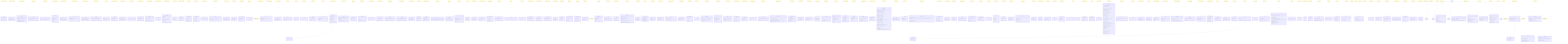
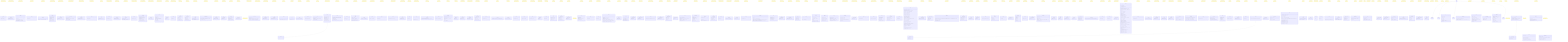
classDiagram
    class AppliedPresetTag {
        <<interface>>
        +name: string
        +orbitButton: ButtonToken
        +panButton: ButtonToken
    }
    note for AppliedPresetTag "src/render/cameraControls.ts"
    class ArchiveActions {
        <<interface>>
        +readonly canResume: boolean
        +readonly canReview: boolean
    }
    note for ArchiveActions "src/ui/widgets/archiveModel.ts"
    class ArchiveDeps {
        <<interface>>
        +readonly doc: Document
        +listArchive(): Promise~readonly ArchiveListing[]~
        +popScope(): void
        +pushScope(scope: ArchiveScope): void
        +registerOpenArchive(open: () =~ void): void
        +resumeArchived(id: string): Promise~void~
        +reviewArchived(id: string): Promise~void~
    }
    note for ArchiveDeps "src/ui/widgets/archive.ts"
    class ArchivedMeta {
        <<interface>>
        +readonly players: Readonly~Record~string, string~~
        +readonly result: string
        +readonly startedAt: number
    }
    note for ArchivedMeta "src/persist/archive.ts"
    class ArchiveInspect {
        <<interface>>
        +listArchive(): Promise~readonly ArchiveListing[]~
    }
    note for ArchiveInspect "src/debug/window.ts"
    class ArchiveItem {
        <<interface>>
        +readonly canResume: boolean
        +readonly canReview: boolean
        +readonly conflicted: boolean
        +readonly headHash: string
        +readonly id: string
        +readonly playersLabel: string
        +readonly result: string
        +readonly startedAt: number
    }
    note for ArchiveItem "src/ui/widgets/archiveModel.ts"
    class ArchiveListing {
        <<interface>>
        +readonly id: string
        +readonly meta: ArchiveListingMeta
    }
    note for ArchiveListing "src/ui/widgets/archiveModel.ts"
    class ArchiveListingMeta {
        <<interface>>
        +readonly headHash: string
        +readonly players: Readonly~Record~string, string~~
        +readonly result: string
        +readonly startedAt: number
    }
    note for ArchiveListingMeta "src/ui/widgets/archiveModel.ts"
    class ArchiveModel {
        <<interface>>
        +readonly isEmpty: boolean
        +readonly items: readonly ArchiveItem[]
    }
    note for ArchiveModel "src/ui/widgets/archiveModel.ts"
    class ArchiveScope {
        <<interface>>
        +readonly bindings: Readonly~Record~string, string~~
        +readonly blocking: true
        +readonly id: string
    }
    note for ArchiveScope "src/ui/widgets/archive.ts"
    class Axis {
        <<interface>>
        +readonly category: LineCategory
        +readonly vec: Coord
    }
    note for Axis "src/core/axes.ts"
    class BannerButton {
        <<interface>>
        +readonly commandId: string
        +readonly enabled: boolean
        +readonly label: string
    }
    note for BannerButton "src/ui/widgets/bannerModel.ts"
    class BannerContext {
        <<interface>>
        +readonly history: BannerHistory
        +readonly offTurnBlocks: number
    }
    note for BannerContext "src/ui/widgets/banner.ts"
    class BannerDeps {
        <<interface>>
        +readonly doc: Document
        +dispatch(commandId: string): boolean
    }
    note for BannerDeps "src/ui/widgets/banner.ts"
    class BannerHistory {
        <<interface>>
        +readonly canRedo: boolean
        +readonly canReset: boolean
        +readonly canUndo: boolean
    }
    note for BannerHistory "src/ui/widgets/bannerModel.ts"
    class BannerModel {
        <<interface>>
        +readonly blackCaptures: number
+         +readonly blackCapturesLabel: string
        +readonly buttons: readonly BannerButton[]
+         +readonly capturesSeparator: string
        +readonly player: Player
        +readonly status: 'turn' | 'winner'
        +readonly whiteCaptures: number
+         +readonly whiteCapturesLabel: string
    }
    note for BannerModel "src/ui/widgets/bannerModel.ts"
    class BoardConfig {
        <<interface>>
        +readonly size: number
    }
    note for BoardConfig "src/ui/widgets/settingsModel.ts"
    class CameraPresetReadout {
        <<interface>>
        +maxDistance: number
        +minDistance: number
        +mouseButtons: Object
        +name: string
        +orbitButton: 'LEFT' | 'MIDDLE' | 'RIGHT'
        +panButton: 'LEFT' | 'MIDDLE' | 'RIGHT'
        +panSpeed: number
        +rotateSpeed: number
        +zoomSpeed: number
        +zoomToCursor: boolean
    }
    note for CameraPresetReadout "src/render/cameraControls.ts"
    class CameraReadout {
        <<interface>>
        +position: Object
        +target: Object
    }
    note for CameraReadout "src/render/scene.ts"
    class ColorFieldModel {
        <<interface>>
        +readonly key: string
        +readonly label: string
        +readonly value: string
    }
    note for ColorFieldModel "src/ui/widgets/settingsModel.ts"
    class ColorsPreview {
        <<interface>>
        +background: string
        +lineFaceDiagonal: string
        +lineOpacity: number
        +lineOrthogonal: string
        +lineSpaceDiagonal: string
    }
    note for ColorsPreview "src/render/scene.ts"
    class ColorsReadout {
        <<interface>>
        +background: string
        +lineFaceDiagonal: string
        +lineOpacity: number
        +lineOrthogonal: string
        +lineSpaceDiagonal: string
    }
    note for ColorsReadout "src/render/scene.ts"
    class Command {
        <<interface>>
        +readonly id: CommandId
        +run(ctx: CommandContext): void
    }
    note for Command "src/input/commands.ts"
    class CommandRegistry {
        <<interface>>
        +dispatch(id: CommandId, ctx: CommandContext): boolean
        +get(id: CommandId): Command | undefined
        +has(id: CommandId): boolean
        +ids(): CommandId[]
    }
    note for CommandRegistry "src/input/commands.ts"
    class ConfirmResult {
        <<interface>>
        +readonly commit: Coord | null
        +readonly next: TempPlacement
    }
    note for ConfirmResult "src/input/placement.ts"
    class ConflictedGame {
        <<interface>>
        +readonly mine: Game
        +readonly theirs: Game
    }
    note for ConflictedGame "src/persist/archive.ts"
    class ConflictedRecord {
        <<interface>>
        +readonly forks: Object
        +readonly size: number
    }
    note for ConflictedRecord "src/persist/archive.ts"
    class ConflictInput {
        <<interface>>
        +readonly meta: ArchivedMeta
        +readonly mineLog: EventLog
        +readonly size: number
        +readonly theirsLog: EventLog
    }
    note for ConflictInput "src/persist/archive.ts"
    class ConnectOptions {
        <<interface>>
        +readonly password: string
    }
    note for ConnectOptions "src/net/transport.ts"
    class ControlPreset {
        <<interface>>
        +readonly invertY: boolean
        +readonly maxDistance: number
        +readonly minDistance: number
        +readonly orbit: Gesture
        +readonly orbitSpeed: number
        +readonly pan: Gesture
        +readonly panSpeed: number
        +readonly zoom: Gesture
        +readonly zoomSpeed: number
        +readonly zoomToCursor: boolean
    }
    note for ControlPreset "src/render/cameraPresets.ts"
    class ControlsConfig {
        <<interface>>
        +readonly preset: string
        +readonly presets: Readonly~Record~string, ControlPreset~~
    }
    note for ControlsConfig "src/render/cameraPresets.ts"
    class ControlsConfig {
        <<interface>>
        +readonly preset: string
        +readonly presets: Readonly~Record~string, unknown~~
    }
    note for ControlsConfig "src/ui/widgets/settingsModel.ts"
    class DragGuardConfig {
        <<interface>>
        +readonly enabled: boolean
        +readonly thresholdPx: number
    }
    note for DragGuardConfig "src/input/pointerGesture.ts"
+     class EditableProbe {
+         <<interface>>
+         +readonly isContentEditable: boolean
+         +readonly tagName: string
+     }
+     note for EditableProbe "src/input/keybindings.ts"
    class Emitter {
        <<interface>>
        +emit(payload: T): void
        +subscribe(fn: (payload: T) =~ void): () =~ void
    }
    note for Emitter "src/util/emitter.ts"
    class Entry {
        <<interface>>
        +fn: (payload: T) =~ void
    }
    note for Entry "src/util/emitter.ts"
    class EventLog {
        <<interface>>
        +readonly entries: readonly LogEntry[]
    }
    note for EventLog "src/core/eventLog.ts"
    class GameExport {
        <<interface>>
        +readonly log: readonly Event[]
        +readonly settings: GameSettings
        +readonly size: number
    }
    note for GameExport "src/core/serialize.ts"
    class GameMeta {
        <<interface>>
        +readonly headHash: string
        +readonly players: Readonly~Record~string, string~~
        +readonly result: string
        +readonly startedAt: number
    }
    note for GameMeta "src/persist/db.ts"
    class GameRecord {
        <<interface>>
        +readonly id: string
        +readonly log: readonly Readonly~Record~string, unknown~~[]
        +readonly meta: GameMeta
    }
    note for GameRecord "src/persist/db.ts"
    class GameState {
        <<interface>>
        +readonly captures: Readonly~Record~Player, number~~
        +readonly pieces: Readonly~Record~NodeKey, Player~~
        +readonly size: number
        +readonly turn: Player
        +readonly winner: Player | null
        +readonly winningLine: readonly NodeKey[]
    }
    note for GameState "src/core/gameState.ts"
    class GenerateLineResult {
        <<interface>>
        +readonly line: Line
        +readonly ok: boolean
        +readonly warning: string
    }
    note for GenerateLineResult "src/core/lines.ts"
    class HelpDeps {
        <<interface>>
        +readonly doc: Document
        +getHelpSources(): HelpSources
        +popScope(): void
        +pushScope(scope: HelpScope): void
        +registerOpenHelp(open: () =~ void): void
    }
    note for HelpDeps "src/ui/widgets/help.ts"
    class HelpModel {
        <<interface>>
        +readonly rows: readonly HelpRow[]
    }
    note for HelpModel "src/ui/widgets/helpModel.ts"
    class HelpRow {
        <<interface>>
        +readonly commandId: string
        +readonly keys: readonly string[]
        +readonly label: string
    }
    note for HelpRow "src/ui/widgets/helpModel.ts"
    class HelpScope {
        <<interface>>
        +readonly bindings: Readonly~Record~string, string~~
        +readonly blocking: true
        +readonly id: string
    }
    note for HelpScope "src/ui/widgets/help.ts"
    class HelpSources {
        <<interface>>
        +readonly bindings: Readonly~Record~string, string~~
        +readonly commandIds: readonly string[]
        +readonly labels: Readonly~Record~string, string~~
    }
    note for HelpSources "src/ui/widgets/helpModel.ts"
    class HistoryFacts {
        <<interface>>
        +readonly maxPly: number
        +readonly viewedPly: number
    }
    note for HistoryFacts "src/ui/widgets/sliderModel.ts"
    class HistoryReadout {
        <<interface>>
        +maxPly: number
        +scrubbing: boolean
        +viewedPly: number
    }
    note for HistoryReadout "src/render/scene.ts"
    class HistorySliderDeps {
        <<interface>>
        +readonly doc: Document
        +getHistory(): HistoryFacts
        +scrubTo(k: number): void
    }
    note for HistorySliderDeps "src/ui/widgets/historySlider.ts"
    class HoverLookup {
        <<interface>>
        +readonly byId: ReadonlyMap~LineId, LineRef~
        +readonly linesThrough: ReadonlyMap~NodeKey, readonly LineRef[]~
    }
    note for HoverLookup "src/render/hover.ts"
    class HoverTarget {
        <<interface>>
        +readonly lines: readonly LineId[]
        +readonly nodes: readonly NodeKey[]
        +readonly pieces: readonly NodeKey[]
    }
    note for HoverTarget "src/render/hover.ts"
    class InputHandle {
        <<interface>>
        +readonly registry: CommandRegistry
        +dispatch(id: string): boolean
        +dispose(): void
        +handleChord(chord: string): KeyResolution
        +pop(): void
        +push(scope: Scope): void
        +readout(): InputReadout
        +stack(): ScopeStack
    }
    note for InputHandle "src/input/setup.ts"
    class InputReadout {
        <<interface>>
        +commands: string[]
        +scopes: string[]
    }
    note for InputReadout "src/input/setup.ts"
    class InstanceRange {
        <<interface>>
        +readonly count: number
        +readonly start: number
    }
    note for InstanceRange "src/render/linesLayout.ts"
    class KeybindingRow {
        <<interface>>
        +readonly commandId: string
        +readonly key: string
    }
    note for KeybindingRow "src/ui/widgets/settingsModel.ts"
    class KeyChordEvent {
        <<interface>>
        +readonly altKey: boolean
        +readonly ctrlKey: boolean
        +readonly key: string
        +readonly metaKey: boolean
        +readonly shiftKey: boolean
    }
    note for KeyChordEvent "src/input/keybindings.ts"
    class KeyResolution {
        <<interface>>
        +readonly commandId: CommandId | null
        +readonly handled: boolean
        +readonly scopeId: string | null
    }
    note for KeyResolution "src/input/scopes.ts"
    class LayoutConfig {
        <<interface>>
        +readonly widgets: Readonly~Record~string, WidgetPlacement~~
    }
    note for LayoutConfig "src/ui/layout.ts"
    class LayoutReadout {
        <<interface>>
        +zones: Record~string, string[]~
    }
    note for LayoutReadout "src/ui/container.ts"
    class LifecycleObservation {
        <<interface>>
        +readonly generation: number
        +readonly hasWinner: boolean
        +readonly ply: number
    }
    note for LifecycleObservation "src/persist/gameLifecycle.ts"
    class LifecycleState {
        <<interface>>
        +readonly finalized: boolean
        +readonly generation: number
        +readonly ply: number
    }
    note for LifecycleState "src/persist/gameLifecycle.ts"
    class LifecycleTransition {
        <<interface>>
        +readonly finalizeCurrent: boolean
        +readonly mintFresh: boolean
        +readonly next: LifecycleState
    }
    note for LifecycleTransition "src/persist/gameLifecycle.ts"
    class LightingConfig {
        <<interface>>
        +ambient: Object
        +directional: Object
    }
    note for LightingConfig "src/render/sceneConfig.ts"
    class LightingReadout {
        <<interface>>
        +ambient: Object
        +background: number
        +directional: Object
    }
    note for LightingReadout "src/render/scene.ts"
    class Line {
        <<interface>>
        +readonly axisIndex: number
        +readonly category: LineCategory
        +readonly entryNode: Coord
        +readonly id: LineId
        +readonly nodes: Coord[]
    }
    note for Line "src/core/lines.ts"
    class LineColorsConfig {
        <<interface>>
        +hoverHighlight: string
        +lineFaceDiagonal: string
        +lineOpacity: number
        +lineOrthogonal: string
        +lineSpaceDiagonal: string
    }
    note for LineColorsConfig "src/render/lines.ts"
    class LineGeometryConfig {
        <<interface>>
        +lineThickness: number
        +spacing: number
    }
    note for LineGeometryConfig "src/render/lines.ts"
    class LineGroup {
        <<interface>>
        +readonly lines: readonly Line[]
        +readonly rangeOf: ReadonlyMap~LineId, InstanceRange~
        +readonly segmentCount: number
        +readonly segments: readonly LineSegment[]
    }
    note for LineGroup "src/render/linesLayout.ts"
    class LineGroupReadout {
        <<interface>>
        +blending: BlendMode
        +category: LineCategory
        +highlightedSegmentCount: number
        +lineCount: number
        +segmentCount: number
        +visible: boolean
    }
    note for LineGroupReadout "src/render/lines.ts"
    class LineRef {
        <<interface>>
        +readonly category: LineCategory
        +readonly id: LineId
        +readonly nodeKeys: readonly NodeKey[]
    }
    note for LineRef "src/render/hover.ts"
    class LineSegment {
        <<interface>>
        +readonly a: Coord
        +readonly b: Coord
        +readonly lineId: LineId
    }
    note for LineSegment "src/render/linesLayout.ts"
    class LinesHandle {
        <<interface>>
        +readonly object: THREE.Group
        +dispose(): void
        +getVisibleLines(): LineGroupReadout[]
        +highlight(lineIds: readonly LineId[]): void
        +pickables(): Object[]
        +rangeOf(category: LineCategory, lineId: LineId): Object | null
        +setBaseColor(category: LineCategory, hex: string): string
        +setBlending(category: LineCategory, mode: BlendMode): BlendMode
        +setOpacity(opacity: number): number
        +setVisible(category: LineCategory, visible: boolean): void
    }
    note for LinesHandle "src/render/lines.ts"
    class LogEntry {
        <<interface>>
        +readonly event: Event
        +readonly hash: string
    }
    note for LogEntry "src/core/eventLog.ts"
    class Logger {
        <<interface>>
        +debug(args: unknown[]): void
        +error(args: unknown[]): void
        +info(args: unknown[]): void
        +trace(args: unknown[]): void
        +warn(args: unknown[]): void
    }
    note for Logger "src/debug/log.ts"
    class MarkerColorsConfig {
        <<interface>>
        +emptySphere: string
        +hoverHighlight: string
    }
    note for MarkerColorsConfig "src/render/markers.ts"
    class MarkerGeometryConfig {
        <<interface>>
        +markerRadius: number
        +sphereSegments: Object
    }
    note for MarkerGeometryConfig "src/render/markers.ts"
    class MarkerIndex {
        <<interface>>
        +readonly count: number
        +readonly instanceIdOf: ReadonlyMap~NodeKey, number~
        +readonly nodeOfInstance: readonly NodeKey[]
    }
    note for MarkerIndex "src/render/markersLayout.ts"
    class MarkerMaterialsConfig {
        <<interface>>
        +markerDepthWrite: boolean
        +markerOpacity: number
    }
    note for MarkerMaterialsConfig "src/render/markers.ts"
    class MarkerNodeReadout {
        <<interface>>
        +highlighted: boolean
        +instanceColorHex: string
        +instanceId: number
        +node: NodeKey
        +visible: boolean
    }
    note for MarkerNodeReadout "src/render/markers.ts"
    class MarkerRenderingConfig {
        <<interface>>
        +marker: Object
    }
    note for MarkerRenderingConfig "src/render/markers.ts"
    class MarkersHandle {
        <<interface>>
        +readonly object: THREE.Group
        +dispose(): void
        +getMarkers(query: readonly NodeKey[]): MarkersReadout
        +highlight(nodes: readonly NodeKey[]): void
        +setMaterial(params: Object): void
        +sync(state: GameState): void
    }
    note for MarkersHandle "src/render/markers.ts"
    class MarkersReadout {
        <<interface>>
        +count: number
        +highlightedCount: number
        +materialEmissiveIntensity: number
        +metalness: number
        +nodes: MarkerNodeReadout[]
        +opacity: number
        +roughness: number
        +visibleCount: number
    }
    note for MarkersReadout "src/render/markers.ts"
    class MenuDeps {
        <<interface>>
        +readonly doc: Document
        +readonly entries: readonly MenuEntrySpec[]
        +dispatch(commandId: string): boolean
        +popScope(): void
        +pushScope(scope: MenuScope): void
    }
    note for MenuDeps "src/ui/widgets/menu.ts"
    class MenuEntrySpec {
        <<interface>>
        +readonly commandId: string
        +readonly id: string
        +readonly label: string
        +readonly order: number
        +readonly visible: boolean
    }
    note for MenuEntrySpec "src/ui/widgets/menuModel.ts"
    class MenuItem {
        <<interface>>
        +readonly commandId: string
        +readonly id: string
        +readonly label: string
    }
    note for MenuItem "src/ui/widgets/menuModel.ts"
    class MenuModel {
        <<interface>>
        +readonly items: readonly MenuItem[]
    }
    note for MenuModel "src/ui/widgets/menuModel.ts"
+     class MenuOpenState {
+         <<interface>>
+         +readonly open: boolean
+     }
+     note for MenuOpenState "src/ui/widgets/menuModel.ts"
    class MenuScope {
        <<interface>>
        +readonly bindings: Readonly~Record~string, string~~
-         +readonly blocking: true
+         +readonly blocking: boolean
        +readonly id: string
    }
    note for MenuScope "src/ui/widgets/menu.ts"
    class MqttClientLike {
        <<interface>>
        +end(): this
        +on(event: 'connect', cb: () =~ void): this
        +on(event: 'error', cb: (err: Error) =~ void): this
        +on(event: 'message', cb: (topic: string, payload: Uint8Array, packet: Object) =~ void): this
        +on(event: string, cb: (...args: never[]) =~ void): this
        +publish(topic: string, payload: string, opts: MqttPublishOptions, cb: () =~ void): this
        +subscribe(topics: string[], cb: (err: Error | null) =~ void): this
    }
    note for MqttClientLike "src/net/mqttTransport.ts"
    class MqttConnectOptions {
        <<interface>>
        +readonly clientId: string
        +readonly connectTimeout: number
        +readonly password: string
        +readonly reconnectPeriod: number
        +readonly username: string
        +readonly will: MqttWill
    }
    note for MqttConnectOptions "src/net/mqttTransport.ts"
    class MqttPublishOptions {
        <<interface>>
        +readonly qos: 0 | 1 | 2
        +readonly retain: boolean
    }
    note for MqttPublishOptions "src/net/mqttTransport.ts"
    class MqttTransportDeps {
        <<interface>>
        +readonly connect: MqttConnectFn
        +readonly peerId: string
    }
    note for MqttTransportDeps "src/net/mqttTransport.ts"
    class MqttWill {
        <<interface>>
        +readonly payload: string
        +readonly qos: 0 | 1 | 2
        +readonly retain: boolean
        +readonly topic: string
    }
    note for MqttWill "src/net/mqttTransport.ts"
    class NetDeps {
        <<interface>>
        +readonly doc: Document
        +copyToClipboard(text: string): Promise~void~
-         +dispatch(commandId: string): boolean
        +getNet(): NetSessionState
-         +setPendingJoinCode(code: string): void
    }
    note for NetDeps "src/ui/widgets/net.ts"
    class NetHooks {
        <<interface>>
        +canPlace(): boolean
        +getNet(): NetSessionState
        +getNetGameState(): GameState | null
        +getNetHeadHash(): string | null
        +host(): void
        +join(): void
        +place(coords: Coord): GameState
        +resync(): void
        +setPendingJoinCode(code: string): void
    }
    note for NetHooks "src/render/scene.ts"
    class NetModel {
        <<interface>>
        +readonly code: string | null
        +readonly conflict: boolean
        +readonly conflictText: string | null
        +readonly joinErrorText: string | null
        +readonly panel: NetPanel
        +readonly seatText: string | null
        +readonly statusText: string
    }
    note for NetModel "src/ui/widgets/netModel.ts"
+     class NetPanelDeps {
+         <<interface>>
+         +readonly doc: Document
+         +dispatch(commandId: string): boolean
+         +popScope(): void
+         +pushScope(scope: NetPanelScope): void
+         +registerOpenNetwork(open: () =~ void): void
+         +setPendingJoinCode(code: string): void
+     }
+     note for NetPanelDeps "src/ui/widgets/netPanel.ts"
+     class NetPanelModel {
+         <<interface>>
+         +readonly canonicalCode: string | null
+         +readonly codeError: string | null
+         +readonly codeValid: boolean
+         +readonly effectiveCode: string
+         +readonly placeholder: string
+         +readonly recentRows: readonly NetPanelRecentRow[]
+         +readonly text: string
+     }
+     note for NetPanelModel "src/ui/widgets/netPanelModel.ts"
+     class NetPanelRecentRow {
+         <<interface>>
+         +readonly code: string
+     }
+     note for NetPanelRecentRow "src/ui/widgets/netPanelModel.ts"
+     class NetPanelScope {
+         <<interface>>
+         +readonly bindings: Readonly~Record~string, string~~
+         +readonly blocking: boolean
+         +readonly id: string
+     }
+     note for NetPanelScope "src/ui/widgets/netPanel.ts"
+     class NetPanelState {
+         <<interface>>
+         +readonly placeholder: string
+         +readonly recent: readonly string[]
+         +readonly text: string
+     }
+     note for NetPanelState "src/ui/widgets/netPanelModel.ts"
    class NetSessionDeps {
        <<interface>>
        +now: () =~ number
        +rand: () =~ number
        +readonly db: IDBDatabase
        +readonly playerId: string
        +readonly size: number
        +createTransport(): Transport
    }
    note for NetSessionDeps "src/net/session.ts"
    class NetSessionState {
        <<interface>>
        +readonly code: string | null
        +readonly joinError: JoinErrorReason | null
        +readonly peerPresent: boolean
        +readonly phase: NetPhase
        +readonly seat: NetSeat
    }
    note for NetSessionState "src/ui/widgets/netModel.ts"
    class OpacityFieldModel {
        <<interface>>
        +readonly key: string
        +readonly label: string
        +readonly value: number
    }
    note for OpacityFieldModel "src/ui/widgets/settingsModel.ts"
    class PenteInspect {
        <<interface>>
        +applyConfig(section: ConfigSection): void
        +clickAt(ndcX: number, ndcY: number): GameState | null
        +dispatch(id: string): boolean | null
        +getArchive(): Promise~readonly ArchiveListing[]~
        +getBannerContext(): BannerContext | null
        +getCamera(): CameraReadout | null
        +getCameraPreset(): CameraPresetReadout | null
        +getColors(): ColorsReadout | null
        +getHeadHash(): string | null
        +getHelpSources(): HelpSources | null
        +getHistory(): HistoryReadout | null
        +getHoverTarget(): HoverTarget | null
        +getInput(): InputReadout | null
        +getInteraction(): DragGuardConfig | null
        +getLayout(): LayoutReadout | null
        +getLighting(): LightingReadout | null
        +getMarkers(query: readonly string[]): MarkersReadout | null
        +getNet(): NetSessionState | null
        +getPieces(): PieceReadout[] | null
        +getState(): GameState | null
        +getTemp(): TempReadout | null
        +getTurnGate(): TurnGateReadout | null
        +getViewportSize(): ViewportReadout | null
        +getVisibleLines(): LineGroupReadout[] | null
        +getWinLine(): WinLineReadout | null
        +hoverAt(ndcX: number, ndcY: number): HoverTarget | null
        +pickAt(ndcX: number, ndcY: number): RaycastHit | null
        +place(coords: Coord): GameState | null
        +pressKey(chord: string): KeyResolution | null
        +radiusOf(node: Coord): number | null
        +rayNodeDistances(ndcX: number, ndcY: number): Object[]
        +resync(): void
        +scrubTo(k: number): void
        +setCamera(position: Object, target: Object): void
        +setConfig(section: ConfigSection, partial: Record~string, unknown~): void
+         +setPendingJoinCode(code: string): void
    }
    note for PenteInspect "src/debug/window.ts"
    class PickableLineMesh {
        <<interface>>
        +readonly category: LineCategory
        +readonly mesh: THREE.Object3D
    }
    note for PickableLineMesh "src/render/picking.ts"
    class PickGeometryConfig {
        <<interface>>
        +markerRadius: number
        +pickPadding: number
        +pieceRadius: number
        +spacing: number
    }
    note for PickGeometryConfig "src/render/picking.ts"
    class PickingHandle {
        <<interface>>
        +readonly object: THREE.Group
        +dispose(): void
        +pickAt(ndcX: number, ndcY: number, camera: THREE.Camera, state: GameState, lineMeshes: readonly PickableLineMesh[]): RaycastHit | null
        +radiusOf(node: Coord): number | null
        +sync(state: GameState): void
        +worldOf(node: Coord): Object
    }
    note for PickingHandle "src/render/picking.ts"
    class PickRadiusInput {
        <<interface>>
        +readonly markerRadius: number
        +readonly occupied: boolean
        +readonly padding: number
        +readonly pieceRadius: number
        +readonly spacing: number
    }
    note for PickRadiusInput "src/render/pickRadius.ts"
    class PieceAdd {
        <<interface>>
        +readonly node: NodeKey
        +readonly owner: Player
    }
    note for PieceAdd "src/render/piecesDiff.ts"
    class PieceColorsConfig {
        <<interface>>
        +blackPiece: string
        +whitePiece: string
    }
    note for PieceColorsConfig "src/render/pieces.ts"
    class PieceDiff {
        <<interface>>
        +readonly adds: readonly PieceAdd[]
        +readonly recolors: readonly PieceRecolor[]
        +readonly removes: readonly NodeKey[]
    }
    note for PieceDiff "src/render/piecesDiff.ts"
    class PieceEntry {
        <<interface>>
        +fadeDir: -1 | 0 | 1
        +material: THREE.MeshStandardMaterial
        +mesh: THREE.Mesh
        +owner: Player
        +targetOpacity: number
    }
    note for PieceEntry "src/render/pieces.ts"
    class PieceGeometryConfig {
        <<interface>>
        +pieceRadius: number
        +spacing: number
        +sphereSegments: Object
    }
    note for PieceGeometryConfig "src/render/pieces.ts"
    class PieceMaterialsConfig {
        <<interface>>
        +pieceOpacity: number
    }
    note for PieceMaterialsConfig "src/render/pieces.ts"
    class PieceReadout {
        <<interface>>
        +emissiveIntensity: number
        +fadingOut: boolean
        +metalness: number
        +node: NodeKey
        +opacity: number
        +owner: Player
        +position: Object
        +roughness: number
    }
    note for PieceReadout "src/render/pieces.ts"
    class PieceRecolor {
        <<interface>>
        +readonly from: Player
        +readonly node: NodeKey
        +readonly to: Player
    }
    note for PieceRecolor "src/render/piecesDiff.ts"
    class PieceRenderingConfig {
        <<interface>>
        +piece: Object
        +pieceFadeMs: number
    }
    note for PieceRenderingConfig "src/render/pieces.ts"
    class PiecesHandle {
        <<interface>>
        +readonly object: THREE.Group
        +count(): number
        +dispose(): void
        +getPieces(): PieceReadout[]
        +highlight(nodes: readonly NodeKey[], color: string, boost: number): void
        +setMaterial(params: Object): void
        +sync(state: GameState): void
        +tick(deltaMs: number): void
    }
    note for PiecesHandle "src/render/pieces.ts"
    class PlaceEvent {
        <<interface>>
        +readonly node: NodeKey
        +readonly type: 'place'
    }
    note for PlaceEvent "src/core/eventLog.ts"
    class PointerPos {
        <<interface>>
        +readonly x: number
        +readonly y: number
    }
    note for PointerPos "src/input/pointerGesture.ts"
    class PresenceSignal {
        <<interface>>
        +readonly kind: PresenceKind
        +readonly peerId: string
    }
    note for PresenceSignal "src/net/presence.ts"
    class RedoEvent {
        <<interface>>
        +readonly type: 'redo'
    }
    note for RedoEvent "src/core/eventLog.ts"
    class RelayConfig {
        <<interface>>
        +readonly password: string
        +readonly topicRoot: string
        +readonly username: string
        +readonly wssUrl: string
    }
    note for RelayConfig "src/config/config.ts"
    class ResolvedCameraPreset {
        <<interface>>
        +readonly name: string
    }
    note for ResolvedCameraPreset "src/render/cameraPresets.ts"
    class ResolvedLayout {
        <<interface>>
        +readonly zones: Readonly~Record~string, readonly ResolvedWidget[]~~
    }
    note for ResolvedLayout "src/ui/layout.ts"
    class ResolvedLineGroup {
        <<interface>>
        +readonly blending: BlendMode
        +readonly visible: boolean
    }
    note for ResolvedLineGroup "src/render/linesLayout.ts"
    class ResolvedSceneConfig {
        <<interface>>
        +ambient: Object
        +background: number
        +directional: Object
    }
    note for ResolvedSceneConfig "src/render/sceneConfig.ts"
    class ResolvedWidget {
        <<interface>>
        +readonly id: string
        +readonly offset: Object
        +readonly order: number
    }
    note for ResolvedWidget "src/ui/layout.ts"
    class SceneColorsConfig {
        <<interface>>
        +background: string
    }
    note for SceneColorsConfig "src/render/sceneConfig.ts"
    class SceneHandle {
        <<interface>>
        +camera: THREE.PerspectiveCamera
        +controls: OrbitControls
        +renderer: THREE.WebGLRenderer
        +scene: THREE.Scene
        +adoptNetState(): void
        +applyColors(preview: ColorsPreview): ColorsReadout
        +applyConfig(section: ConfigSection): void
        +clickAt(ndcX: number, ndcY: number): GameState | null
        +dispatch(id: string): boolean
        +dispose(): void
        +getBannerContext(): BannerContext
        +getCamera(): CameraReadout
        +getCameraPreset(): CameraPresetReadout
        +getColors(): ColorsReadout
        +getGame(): Game
        +getHeadHash(): string
        +getHelpSources(): HelpSources
        +getHistory(): HistoryReadout
        +getHoverTarget(): HoverTarget | null
        +getInput(): InputReadout
        +getInteraction(): DragGuardConfig
        +getLighting(): LightingReadout
        +getMarkers(query: readonly string[]): MarkersReadout
        +getNet(): NetSessionState
        +getPieces(): PieceReadout[]
        +getState(): GameState
        +getTemp(): TempReadout
        +getTurnGate(): TurnGateReadout
        +getViewportSize(): ViewportReadout
        +getVisibleLines(): LineGroupReadout[]
        +getWinLine(): WinLineReadout
        +hoverAt(ndcX: number, ndcY: number): HoverTarget | null
        +loadGame(loaded: Game): void
        +onNewGame(listener: () =~ void): () =~ void
        +onStateChange(listener: () =~ void): () =~ void
        +pickAt(ndcX: number, ndcY: number): RaycastHit | null
        +pickRadiusOf(node: Coord): number | null
        +place(coords: Coord): GameState
        +popScope(): void
        +pressKey(chord: string): KeyResolution
        +pushScope(scope: Scope): void
        +rayNodeDistances(ndcX: number, ndcY: number): Object[]
        +resync(): void
        +scrubTo(k: number): void
        +setCamera(position: Object, target: Object): void
        +setNetHooks(hooks: NetHooks): void
        +setOpenArchive(open: () =~ void): void
        +setOpenHelp(open: () =~ void): void
+         +setOpenNetwork(open: () =~ void): void
        +setOpenSettings(open: () =~ void): void
        +setPendingJoinCode(code: string): void
    }
    note for SceneHandle "src/render/scene.ts"
    class Scope {
        <<interface>>
        +readonly bindings: Readonly~Record~string, CommandId~~
        +readonly blocking: boolean
        +readonly id: string
    }
    note for Scope "src/input/scopes.ts"
    class ScopeStack {
        <<interface>>
        +readonly scopes: readonly Scope[]
    }
    note for ScopeStack "src/input/scopes.ts"
    class ScrubResolution {
        <<interface>>
        +readonly atLive: boolean
        +readonly viewedPly: number
    }
    note for ScrubResolution "src/ui/widgets/sliderModel.ts"
    class SeatMap {
        <<interface>>
        +readonly black: string | null
        +readonly white: string | null
    }
    note for SeatMap "src/net/seats.ts"
    class SelectOption {
        <<interface>>
        +readonly selected: boolean
        +readonly value: T
    }
    note for SelectOption "src/ui/widgets/settingsModel.ts"
    class SettingsDeps {
        <<interface>>
        +readonly doc: Document
        +popScope(): void
        +pushScope(scope: SettingsScope): void
        +registerOpener(open: () =~ void): void
    }
    note for SettingsDeps "src/ui/widgets/settings.ts"
    class SettingsModel {
        <<interface>>
        +readonly boardSizeOptions: readonly SelectOption~number~[]
        +readonly colorFields: readonly ColorFieldModel[]
        +readonly keybindingRows: readonly KeybindingRow[]
        +readonly opacityField: OpacityFieldModel
        +readonly presetOptions: readonly SelectOption~string~[]
    }
    note for SettingsModel "src/ui/widgets/settingsModel.ts"
    class SettingsScope {
        <<interface>>
        +readonly bindings: Readonly~Record~string, string~~
-         +readonly blocking: true
+         +readonly blocking: boolean
        +readonly id: string
    }
    note for SettingsScope "src/ui/widgets/settings.ts"
    class SettingsSources {
        <<interface>>
        +readonly board: BoardConfig
        +readonly colors: ColorsConfig
        +readonly controls: ControlsConfig
        +readonly keybindings: KeybindingsConfig
    }
    note for SettingsSources "src/ui/widgets/settingsModel.ts"
    class SliderModel {
        <<interface>>
        +readonly atLive: boolean
        +readonly enabled: boolean
        +readonly label: string
        +readonly max: number
        +readonly min: number
        +readonly value: number
    }
    note for SliderModel "src/ui/widgets/sliderModel.ts"
    class SyncMessage {
        <<interface>>
        +readonly headHash: string
        +readonly log: readonly Event[]
        +readonly version: number
    }
    note for SyncMessage "src/net/sync.ts"
    class TempPlacement {
        <<interface>>
        +readonly active: boolean
        +readonly preview: NodeKey | null
    }
    note for TempPlacement "src/input/placement.ts"
    class TempReadout {
        <<interface>>
        +active: boolean
        +preview: string | null
        +previewOpacity: number
    }
    note for TempReadout "src/render/scene.ts"
    class Transport {
        <<interface>>
        +connect(roomCode: string, opts: ConnectOptions): Promise~void~
        +disconnect(): void
        +onMessage(cb: MessageHandler): void
        +onPresence(cb: PresenceHandler): void
        +publish(msg: TransportMessage): void
    }
    note for Transport "src/net/transport.ts"
    class TurnGateReadout {
        <<interface>>
        +offTurnBlocks: number
    }
    note for TurnGateReadout "src/render/scene.ts"
    class UiContainerHandle {
        <<interface>>
        +readonly root: HTMLElement
        +dispose(): void
        +getLayout(): LayoutReadout
        +update(state: unknown, config: unknown): void
    }
    note for UiContainerHandle "src/ui/container.ts"
    class UiDeps {
        <<interface>>
        +copyToClipboard(text: string): Promise~void~
        +dispatch(commandId: string): boolean
        +getHelpSources(): HelpSources
        +getHistory(): HistoryFacts
        +getNet(): NetSessionState
        +listArchive(): Promise~readonly ArchiveListing[]~
        +popScope(): void
-         +pushScope(scope: MenuScope | SettingsScope | HelpScope | ArchiveScope): void
+         +pushScope(scope: MenuScope | SettingsScope | HelpScope | ArchiveScope | NetPanelScope): void
        +registerOpenArchive(open: () =~ void): void
        +registerOpenHelp(open: () =~ void): void
+         +registerOpenNetwork(open: () =~ void): void
        +registerOpener(open: () =~ void): void
        +resumeArchived(id: string): Promise~void~
        +reviewArchived(id: string): Promise~void~
        +scrubTo(k: number): void
        +setPendingJoinCode(code: string): void
    }
    note for UiDeps "src/ui/setup.ts"
    class UiHandle {
        <<interface>>
        +readonly container: UiContainerHandle
        +getLayout(): LayoutReadout
    }
    note for UiHandle "src/ui/setup.ts"
    class UndoEvent {
        <<interface>>
        +readonly type: 'undo'
    }
    note for UndoEvent "src/core/eventLog.ts"
    class Vec3 {
        <<interface>>
        +x: number
        +y: number
        +z: number
    }
    note for Vec3 "src/render/sceneConfig.ts"
    class ViewportReadout {
        <<interface>>
        +aspect: number
        +height: number
        +width: number
    }
    note for ViewportReadout "src/render/scene.ts"
    class Widget {
        <<interface>>
        +readonly element: HTMLElement
        +dispose(): void
        +update(state: unknown, config: unknown): void
    }
    note for Widget "src/ui/registry.ts"
    class WidgetFactory {
        <<interface>>
        +readonly id: WidgetId
        +mount(deps: unknown): Widget
    }
    note for WidgetFactory "src/ui/registry.ts"
    class WidgetPlacement {
        <<interface>>
        +readonly offset: Object
        +readonly order: number
        +readonly visible: boolean
        +readonly zone: string
    }
    note for WidgetPlacement "src/ui/layout.ts"
    class WidgetRegistry {
        <<interface>>
        +get(id: WidgetId): WidgetFactory | undefined
        +has(id: WidgetId): boolean
        +ids(): WidgetId[]
        +knownIds(): Set~WidgetId~
    }
    note for WidgetRegistry "src/ui/registry.ts"
    class Window {
        <<interface>>
        +__pente: PenteInspect
    }
    note for Window "src/debug/window.ts"
    class Window {
        <<interface>>
        +__penteRematchPrompt: () =~ boolean
    }
    note for Window "src/main.ts"
    class Window {
        <<interface>>
        +__penteNetTransportFactory: () =~ Transport
    }
    note for Window "src/net/appSession.ts"
    class Window {
        <<interface>>
        +__penteDbName: string
    }
    note for Window "src/persist/db.ts"
    class WinLineColorsConfig {
        <<interface>>
        +winningLine: string
    }
    note for WinLineColorsConfig "src/render/winLine.ts"
    class WinLineGeometryConfig {
        <<interface>>
        +lineThickness: number
        +spacing: number
    }
    note for WinLineGeometryConfig "src/render/winLine.ts"
    class WinLineHandle {
        <<interface>>
        +readonly object: THREE.Group
        +dispose(): void
        +getWinLine(): WinLineReadout
        +sync(state: GameState): void
    }
    note for WinLineHandle "src/render/winLine.ts"
    class WinLinePlan {
        <<interface>>
        +readonly nodes: readonly Coord[]
        +readonly segments: readonly WinSegment[]
    }
    note for WinLinePlan "src/render/winLineLayout.ts"
    class WinLineReadout {
        <<interface>>
        +color: number
        +nodes: string[]
        +opacity: number
        +segmentCount: number
        +visible: boolean
    }
    note for WinLineReadout "src/render/winLine.ts"
    class WinLineRenderingConfig {
        <<interface>>
        +winLineOpacity: number
        +winLineThickness: number
    }
    note for WinLineRenderingConfig "src/render/winLine.ts"
    class WinSegment {
        <<interface>>
        +readonly a: Coord
        +readonly b: Coord
    }
    note for WinSegment "src/render/winLineLayout.ts"
    class ArchiveError {
    }
    note for ArchiveError "src/persist/archive.ts"
    class ExportError {
    }
    note for ExportError "src/core/serialize.ts"
    class Game {
        +canRedo(): boolean
        +canUndo(): boolean
        +get log(): EventLog
        +place(coords: Coord): void
        +ply(): number
        +redo(): void
        +state(): GameState
        +stateAt(k: number): GameState
        +static fromLog(size: number, log: EventLog): Game
        +undo(): void
    }
    note for Game "src/core/game.ts"
    class IllegalMove {
    }
    note for IllegalMove "src/core/gameState.ts"
    class MockRelayHub {
        +join(room: string, peer: MockTransport): void
        +leave(room: string, peer: MockTransport): void
        +peerIds(room: string): string[]
        +publish(room: string, sender: MockTransport, msg: TransportMessage): void
    }
    note for MockRelayHub "src/net/transport.ts"
    class MockTransport {
        +readonly peerId: string
        +connect(roomCode: string, _opts: ConnectOptions): Promise~void~
        +deliver(msg: TransportMessage): void
        +disconnect(): void
        +onMessage(cb: MessageHandler): void
        +onPresence(cb: PresenceHandler): void
        +presenceChanged(peers: readonly string[]): void
        +publish(msg: TransportMessage): void
    }
    note for MockTransport "src/net/transport.ts"
    class MqttTransport {
        +readonly peerId: string
        +connect(roomCode: string, _opts: ConnectOptions): Promise~void~
        +disconnect(): void
        +onMessage(cb: MessageHandler): void
        +onPresence(cb: PresenceHandler): void
        +publish(msg: TransportMessage): void
    }
    note for MqttTransport "src/net/mqttTransport.ts"
    class NetSession {
        +canPlace(): boolean
        +disconnect(): void
        +gameState(): GameState | null
-         +host(): Promise~void~
+         +host(rawCode: string): Promise~void~
        +join(rawCode: string): Promise~boolean~
        +onChange(listener: NetChangeListener): () =~ void
        +place(coords: Coord): void
        +state(): NetSessionState
        +syncEngine(): SyncEngine | null
        +undo(): void
    }
    note for NetSession "src/net/session.ts"
    class PresenceTracker {
        +apply(signal: PresenceSignal): boolean
        +candidatePeers(): string[]
        +hasLivePeer(): boolean
        +livePeers(): string[]
    }
    note for PresenceTracker "src/net/presence.ts"
    class SyncEngine {
        +conflictForks(): Object | null
        +connect(roomCode: string): Promise~void~
        +game(): Game
        +onChange(listener: () =~ void): () =~ void
        +place(coords: Coord): void
        +placeLocalOnly(coords: Coord): void
        +publishState(): void
        +receive(msg: SyncMessage): void
        +status(): SyncStatus
        +undo(): void
        +whenSettled(): Promise~void~
    }
    note for SyncEngine "src/net/sync.ts"
    class SyncError {
    }
    note for SyncError "src/net/sync.ts"
    ControlPreset <|-- ResolvedCameraPreset
    Error <|-- ArchiveError
    Error <|-- ExportError
    Error <|-- IllegalMove
    Error <|-- SyncError
    GameRecord <|-- ConflictedRecord
    LineGroup <|-- ResolvedLineGroup
    Transport <|.. MockTransport
    Transport <|.. MqttTransport
